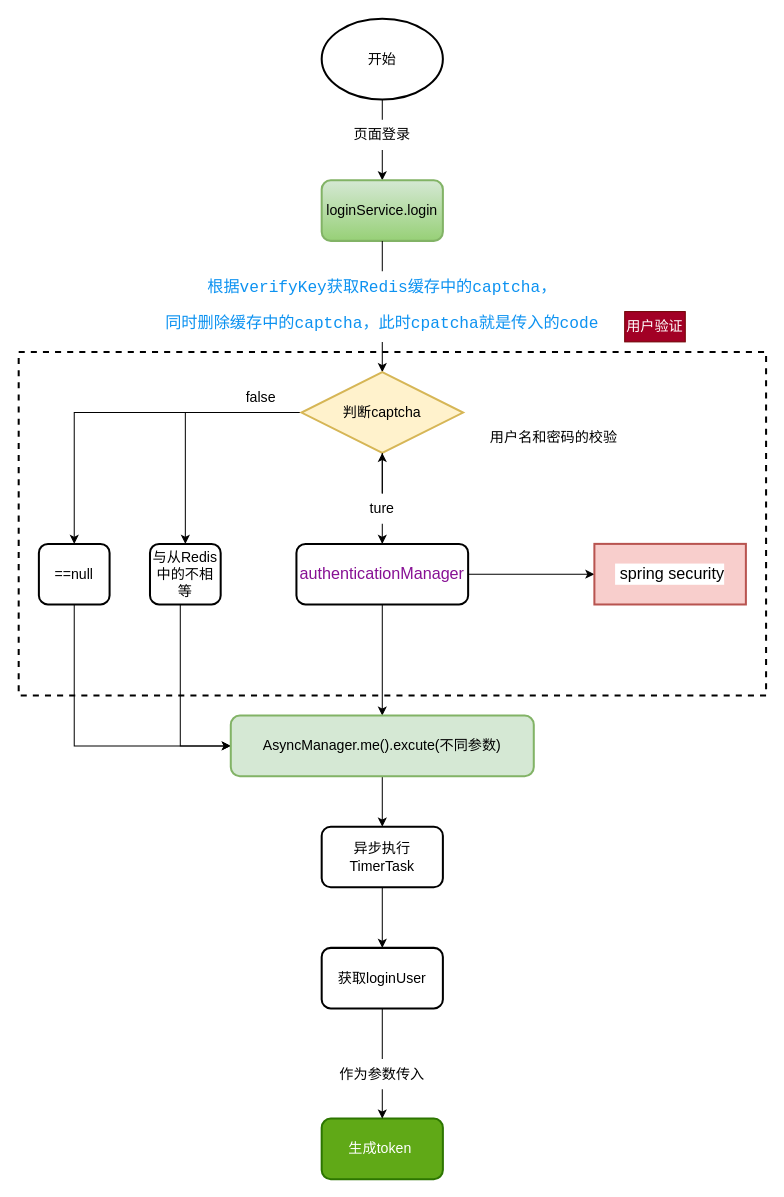
The draw.io diagram page "第 1 页" (1 of 3) of study_workplace/CRM/登录业务逻辑流程图.drawio in guoxinchen2g/HelloWrold, before the edit. Source tidied: cells renumbered, new cells numbered last; positions are measured from the earlier drawing's top-left corner, leaving out a move shared by most shapes. Both pictures are drawn from the tidied source at 101%, with x=0, y=0 at pixel (18, 18).
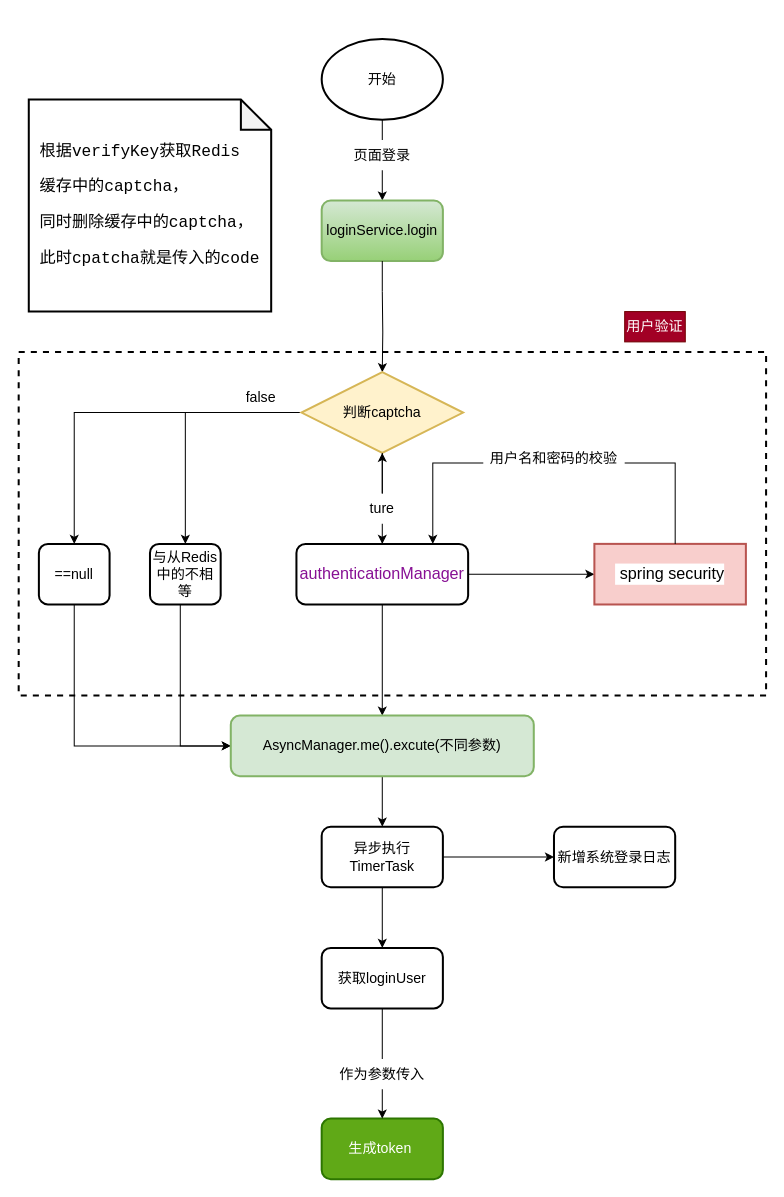
The same diagram, later.

Commit message (it also covers changes not shown here):
更新登录业务逻辑流程图.drawio

The change refers to these unchanged cells:
```xml
<mxCell id="2" style="rounded=0;whiteSpace=wrap;html=1;fontFamily=Helvetica;fontSize=14;fontColor=#000000;dashed=1;strokeWidth=2;fillColor=none;" parent="1" vertex="1">
  <mxGeometry y="330" width="740" height="340" as="geometry" />
</mxCell>
<mxCell id="12" value="判断captcha" style="rhombus;whiteSpace=wrap;html=1;fontSize=14;fillColor=#fff2cc;strokeColor=#d6b656;strokeWidth=2;" parent="1" vertex="1">
  <mxGeometry x="280" y="350" width="160" height="80" as="geometry" />
</mxCell>
<mxCell id="21" value="&lt;pre style=&quot;background-color: rgb(255, 255, 255); color: rgb(8, 8, 8); font-size: 12pt;&quot;&gt;&lt;span style=&quot;color: rgb(0, 0, 0);&quot;&gt;&lt;font face=&quot;Helvetica&quot;&gt; spring security&lt;/font&gt;&lt;/span&gt;&lt;/pre&gt;" style="rounded=0;whiteSpace=wrap;html=1;fontSize=14;fillColor=#f8cecc;strokeColor=#b85450;strokeWidth=2;" parent="1" vertex="1">
  <mxGeometry x="570" y="520" width="150" height="60" as="geometry" />
</mxCell>
<mxCell id="30" value="异步执行TimerTask" style="rounded=1;whiteSpace=wrap;html=1;fontFamily=Helvetica;fontSize=14;fontColor=#000000;strokeWidth=2;" parent="1" vertex="1">
  <mxGeometry x="300" y="800" width="120" height="60" as="geometry" />
</mxCell>
```

Change to the diagram source:
```diff
@@
     <mxCell id="3" style="edgeStyle=orthogonalEdgeStyle;rounded=0;jettySize=auto;html=1;entryX=0.5;entryY=0;entryDx=0;entryDy=0;fontSize=14;startArrow=none;" parent="1" edge="1" source="7" target="6">
       <mxGeometry relative="1" as="geometry">
         <Array as="points">
-          <mxPoint x="360" y="110" />
-          <mxPoint x="360" y="110" />
+          <mxPoint x="360" y="130" />
+          <mxPoint x="360" y="130" />
         </Array>
       </mxGeometry>
     </mxCell>
     <mxCell id="4" value="&lt;font style=&quot;font-size: 14px;&quot;&gt;开始&lt;/font&gt;" style="ellipse;whiteSpace=wrap;html=1;strokeWidth=2;" parent="1" vertex="1">
-      <mxGeometry x="300" width="120" height="80" as="geometry" />
+      <mxGeometry x="300" y="20" width="120" height="80" as="geometry" />
     </mxCell>
-    <mxCell id="5" style="edgeStyle=orthogonalEdgeStyle;rounded=0;jettySize=auto;html=1;entryX=0.5;entryY=0;entryDx=0;entryDy=0;fontSize=14;startArrow=none;" parent="1" edge="1" source="13" target="12">
-      <mxGeometry relative="1" as="geometry" />
+    <mxCell id="5" style="edgeStyle=orthogonalEdgeStyle;rounded=0;jettySize=auto;html=1;entryX=0.5;entryY=0;entryDx=0;entryDy=0;fontSize=14;startArrow=none;" parent="1" edge="1" target="12">
+      <mxGeometry relative="1" as="geometry">
+        <mxPoint x="360" y="270" as="sourcePoint" />
+      </mxGeometry>
     </mxCell>
     <mxCell id="6" value="loginService.login" style="rounded=1;whiteSpace=wrap;html=1;fontSize=14;strokeWidth=2;fillColor=#d5e8d4;gradientColor=#97d077;strokeColor=#82b366;" parent="1" vertex="1">
-      <mxGeometry x="300" y="160" width="120" height="60" as="geometry" />
+      <mxGeometry x="300" y="180" width="120" height="60" as="geometry" />
     </mxCell>
     <mxCell id="7" value="页面登录" style="text;html=1;strokeColor=none;fillColor=none;align=center;verticalAlign=middle;whiteSpace=wrap;rounded=0;fontSize=14;" parent="1" vertex="1">
-      <mxGeometry x="330" y="100" width="60" height="30" as="geometry" />
+      <mxGeometry x="330" y="120" width="60" height="30" as="geometry" />
     </mxCell>
     <mxCell id="8" style="edgeStyle=orthogonalEdgeStyle;rounded=0;jettySize=auto;html=1;entryX=0.5;entryY=0;entryDx=0;entryDy=0;fontSize=14;endArrow=none;" parent="1" edge="1" target="7">
       <mxGeometry relative="1" as="geometry">
-        <mxPoint x="360" y="80" as="sourcePoint" />
+        <mxPoint x="360" y="100" as="sourcePoint" />
       </mxGeometry>
     </mxCell>
@@
-    <mxCell id="13" value="&lt;pre style=&quot;background-color:#ffffff;color:#080808;font-family:'JetBrains Mono',monospace;font-size:12.0pt;&quot;&gt;&lt;span style=&quot;color:#0c92f1;&quot;&gt;根据verifyKey获取Redis缓存中的captcha，&lt;/span&gt;&lt;/pre&gt;&lt;pre style=&quot;background-color:#ffffff;color:#080808;font-family:'JetBrains Mono',monospace;font-size:12.0pt;&quot;&gt;&lt;span style=&quot;color:#0c92f1;&quot;&gt;同时删除缓存中的captcha，此时cpatcha就是传入的code&lt;/span&gt;&lt;/pre&gt;" style="text;html=1;strokeColor=none;fillColor=none;align=center;verticalAlign=middle;whiteSpace=wrap;rounded=0;fontSize=14;" parent="1" vertex="1">
-      <mxGeometry x="190" y="250" width="340" height="70" as="geometry" />
-    </mxCell>
-    <mxCell id="14" style="edgeStyle=orthogonalEdgeStyle;rounded=0;jettySize=auto;html=1;entryX=0.5;entryY=0;entryDx=0;entryDy=0;fontSize=14;endArrow=none;" parent="1" edge="1" source="6" target="13">
-      <mxGeometry relative="1" as="geometry" />
+    <mxCell id="14" style="edgeStyle=orthogonalEdgeStyle;rounded=0;jettySize=auto;html=1;entryX=0.5;entryY=0;entryDx=0;entryDy=0;fontSize=14;endArrow=none;" parent="1" edge="1" source="6">
+      <mxGeometry relative="1" as="geometry">
+        <mxPoint x="360" y="270" as="targetPoint" />
+      </mxGeometry>
     </mxCell>
@@
+    <mxCell id="38" style="edgeStyle=orthogonalEdgeStyle;rounded=0;jettySize=auto;html=1;fontFamily=Helvetica;fontSize=14;fontColor=#000000;" parent="1" edge="1" source="21" target="2">
+      <mxGeometry relative="1" as="geometry">
+        <Array as="points">
+          <mxPoint x="470" y="470" />
+          <mxPoint x="470" y="470" />
+        </Array>
+      </mxGeometry>
+    </mxCell>
+    <mxCell id="39" style="edgeStyle=orthogonalEdgeStyle;rounded=0;jettySize=auto;html=1;fontFamily=Helvetica;fontSize=14;fontColor=#000000;" parent="1" edge="1" source="21" target="2">
+      <mxGeometry relative="1" as="geometry">
+        <Array as="points">
+          <mxPoint x="460" y="610" />
+          <mxPoint x="460" y="610" />
+        </Array>
+      </mxGeometry>
+    </mxCell>
+    <mxCell id="40" style="edgeStyle=orthogonalEdgeStyle;rounded=0;jettySize=auto;html=1;fontFamily=Helvetica;fontSize=14;fontColor=#000000;startArrow=none;" parent="1" edge="1" source="37">
+      <mxGeometry relative="1" as="geometry">
+        <mxPoint x="410" y="520" as="targetPoint" />
+        <Array as="points">
+          <mxPoint x="410" y="440" />
+        </Array>
+      </mxGeometry>
+    </mxCell>
@@
+    <mxCell id="41" style="edgeStyle=orthogonalEdgeStyle;rounded=0;jettySize=auto;html=1;entryX=0;entryY=0.5;entryDx=0;entryDy=0;fontFamily=Helvetica;fontSize=14;fontColor=#000000;" parent="1" edge="1" source="30" target="43">
+      <mxGeometry relative="1" as="geometry" />
+    </mxCell>
@@
     <mxCell id="37" value="用户名和密码的校验" style="text;html=1;strokeColor=none;fillColor=none;align=center;verticalAlign=middle;whiteSpace=wrap;rounded=0;fontFamily=Helvetica;fontSize=14;" parent="1" vertex="1">
-      <mxGeometry x="460" y="400" width="140" height="30" as="geometry" />
+      <mxGeometry x="460" y="420" width="140" height="30" as="geometry" />
     </mxCell>
+    <mxCell id="42" style="edgeStyle=orthogonalEdgeStyle;rounded=0;jettySize=auto;html=1;fontFamily=Helvetica;fontSize=14;fontColor=#000000;endArrow=none;" parent="1" edge="1" source="21" target="37">
+      <mxGeometry relative="1" as="geometry">
+        <Array as="points">
+          <mxPoint x="650" y="440" />
+        </Array>
+      </mxGeometry>
+    </mxCell>
+    <mxCell id="43" value="新增系统登录日志" style="rounded=1;whiteSpace=wrap;html=1;fontFamily=Helvetica;fontSize=14;fontColor=#000000;strokeColor=#000000;strokeWidth=2;fillColor=default;" parent="1" vertex="1">
+      <mxGeometry x="530" y="800" width="120" height="60" as="geometry" />
+    </mxCell>
+    <mxCell id="44" value="&lt;pre style=&quot;text-align: left; background-color: rgb(255, 255, 255); font-family: &amp;quot;JetBrains Mono&amp;quot;, monospace; font-size: 12pt;&quot;&gt;根据verifyKey获取Redis&lt;/pre&gt;&lt;pre style=&quot;text-align: left; background-color: rgb(255, 255, 255); font-family: &amp;quot;JetBrains Mono&amp;quot;, monospace; font-size: 12pt;&quot;&gt;缓存中的captcha，&lt;/pre&gt;&lt;pre style=&quot;text-align: left; background-color: rgb(255, 255, 255); font-family: &amp;quot;JetBrains Mono&amp;quot;, monospace; font-size: 12pt;&quot;&gt;同时删除缓存中的captcha，&lt;/pre&gt;&lt;pre style=&quot;text-align: left; background-color: rgb(255, 255, 255); font-family: &amp;quot;JetBrains Mono&amp;quot;, monospace; font-size: 12pt;&quot;&gt;此时cpatcha就是传入的code&lt;/pre&gt;" style="shape=note;whiteSpace=wrap;html=1;backgroundOutline=1;darkOpacity=0.05;fontFamily=Helvetica;fontSize=14;fontColor=#000000;strokeColor=#000000;strokeWidth=2;fillColor=default;" parent="1" vertex="1">
+      <mxGeometry x="10" y="80" width="240" height="210" as="geometry" />
+    </mxCell>
```
